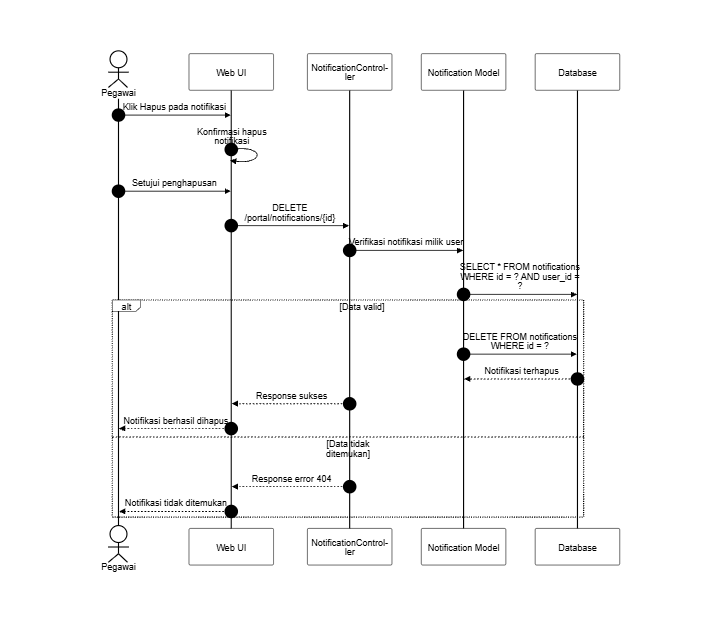
The Mermaid diagram docs/SequenceDiagram/PNG_Transparent/Notifikasi-Hapus.png in SulaimanHafi23/SimpegRSHDI, before a commit. Its source is kept beside it as docs/SequenceDiagram/Notifikasi-Hapus.mermaid.
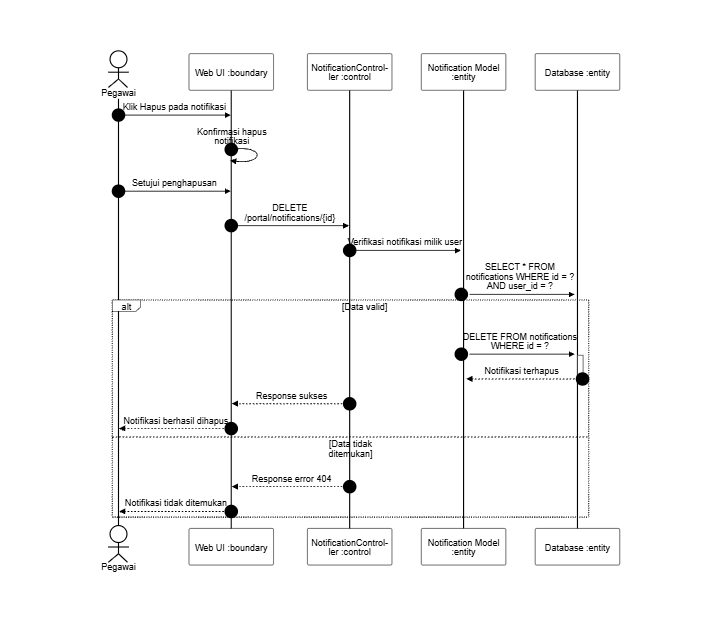
Later version of the same file.

What changed in the source:
```diff
@@ -6,20 +6,20 @@
 sequenceDiagram
     autonumber
     actor P as Pegawai
-    participant UI as Web UI
-    participant C as NotificationController
-    participant N as Notification Model
-    participant DB as Database
+    participant UI as Web UI :boundary
+    participant C as NotificationController :control
+    participant N as Notification Model :entity
+    participant DB as Database :entity
 
     P->>UI: Klik Hapus pada notifikasi
     UI->>UI: Konfirmasi hapus notifikasi
     P->>UI: Setujui penghapusan
     UI->>C: DELETE /portal/notifications/{id}
-    C->>N: Verifikasi notifikasi milik user
-    N->>DB: SELECT * FROM notifications WHERE id = ? AND user_id = ?
+    C->>+N: Verifikasi notifikasi milik user
+    N->>+DB: SELECT * FROM notifications WHERE id = ? AND user_id = ?
     alt Data valid
-        N->>DB: DELETE FROM notifications WHERE id = ?
-        DB-->>N: Notifikasi terhapus
+        N->>+DB: DELETE FROM notifications WHERE id = ?
+        DB-->>-N: Notifikasi terhapus
         C-->>UI: Response sukses
         UI-->>P: Notifikasi berhasil dihapus
     else Data tidak ditemukan
```
